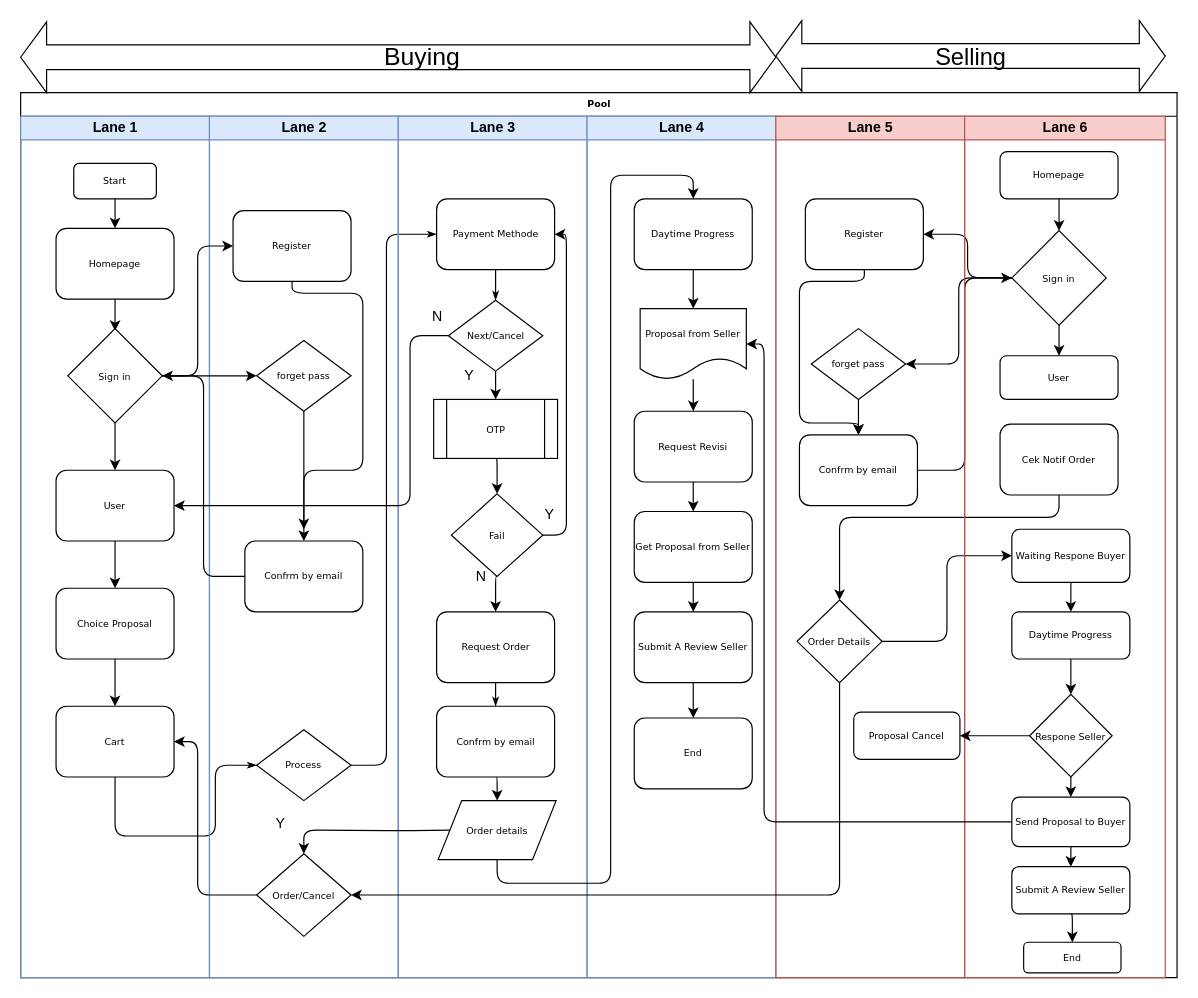
Before: page "Flow Buyer" (2 of 2) of Diagram Tanpa Judul.drawio in ahmadfaqih-dev/Flowchart, a draw.io diagram. Source tidied: cells renumbered, new cells numbered last; positions are measured from the earlier drawing's top-left corner, leaving out a move shared by most shapes. Both pictures are drawn from the tidied source at 118%, with x=0, y=0 at pixel (20, 20).
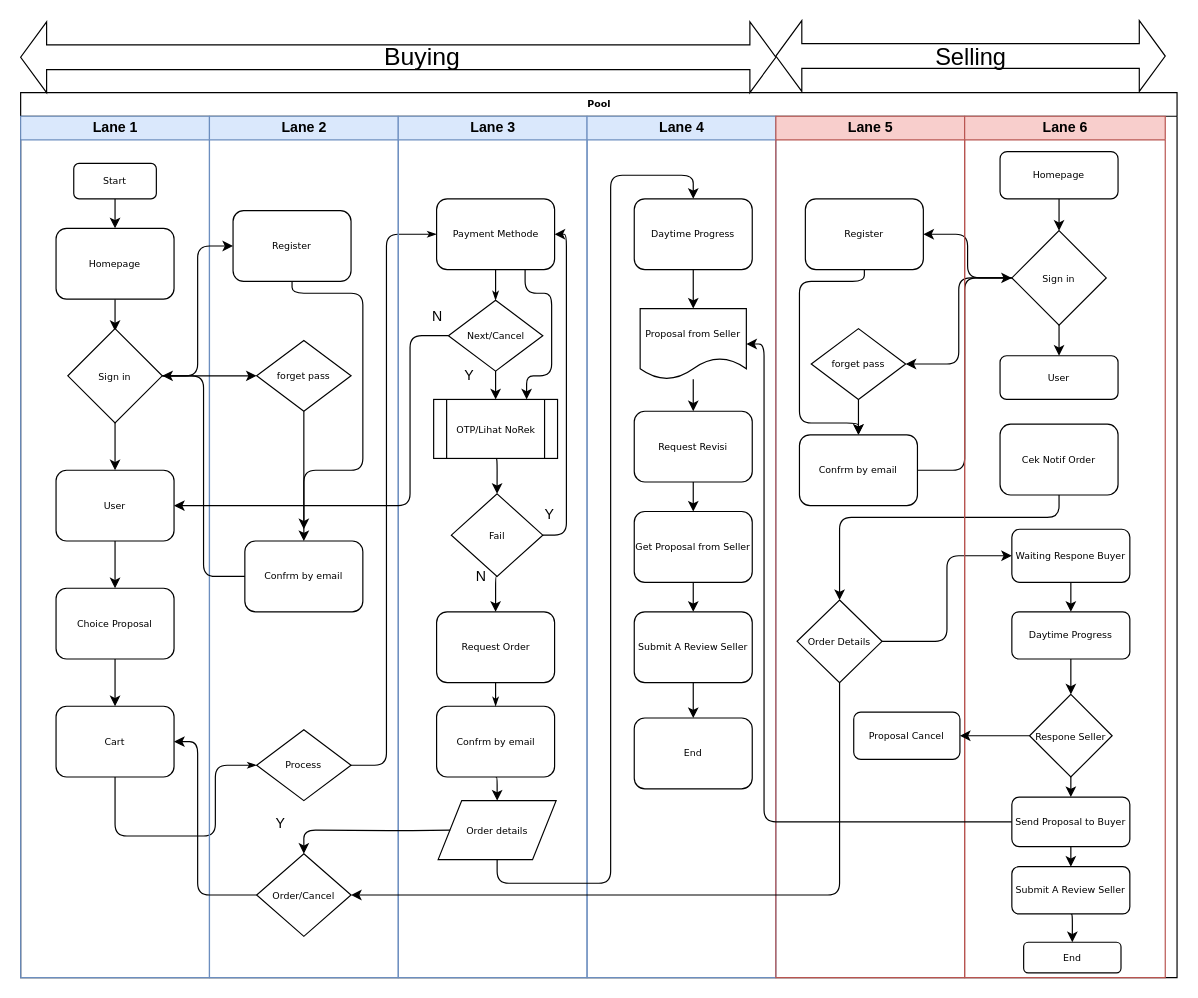
After the change.

The change refers to these unchanged cells:
```xml
<mxCell id="24" value="Lane 3" style="swimlane;html=1;startSize=20;fillColor=#dae8fc;strokeColor=#6c8ebf;" parent="2" vertex="1">
  <mxGeometry x="320" y="20" width="160" height="730" as="geometry" />
</mxCell>
<mxCell id="27" value="Payment Methode" style="rounded=1;whiteSpace=wrap;html=1;shadow=0;labelBackgroundColor=none;strokeWidth=1;fontFamily=Verdana;fontSize=8;align=center;" parent="24" vertex="1">
  <mxGeometry x="32.5" y="70" width="100" height="60" as="geometry" />
</mxCell>
```

Diff of the diagram source:
```diff
@@
+    <mxCell id="102" style="edgeStyle=orthogonalEdgeStyle;rounded=1;jettySize=auto;html=1;exitX=0.75;exitY=1;exitDx=0;exitDy=0;entryX=0.75;entryY=0;entryDx=0;entryDy=0;" parent="24" edge="1" source="27" target="32">
+      <mxGeometry relative="1" as="geometry">
+        <Array as="points">
+          <mxPoint x="108" y="150" />
+          <mxPoint x="130" y="150" />
+          <mxPoint x="130" y="220" />
+          <mxPoint x="109" y="220" />
+        </Array>
+      </mxGeometry>
+    </mxCell>
@@
-    <mxCell id="32" value="&lt;font style=&quot;font-size: 8px&quot; face=&quot;Verdana&quot;&gt;OTP&lt;/font&gt;" style="shape=process;whiteSpace=wrap;html=1;backgroundOutline=1;" parent="24" vertex="1">
+    <mxCell id="32" value="&lt;font style=&quot;font-size: 8px&quot; face=&quot;Verdana&quot;&gt;OTP/Lihat NoRek&lt;/font&gt;" style="shape=process;whiteSpace=wrap;html=1;backgroundOutline=1;" parent="24" vertex="1">
       <mxGeometry x="30" y="240" width="105" height="50" as="geometry" />
     </mxCell>
```
